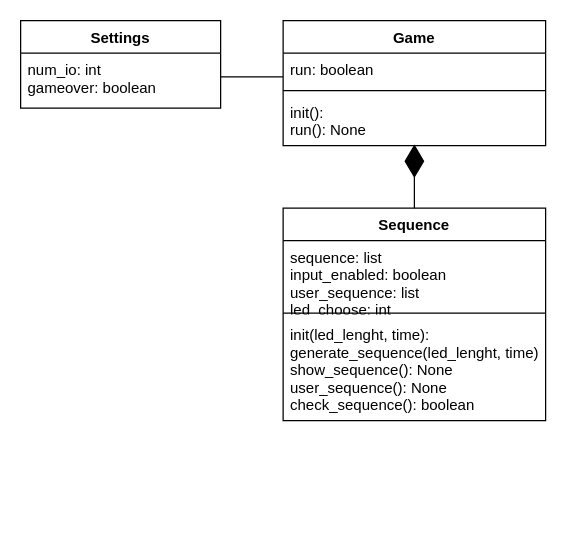
Flaviu123/LED_MindGame keeps this draw.io diagram as Class diagram.drawio. Above is the earlier version. Source tidied: cells renumbered, new cells numbered last; positions are measured from the earlier drawing's top-left corner, leaving out a move shared by most shapes. Both pictures are drawn from the tidied source at 125%, with x=0, y=0 at pixel (20, 20).
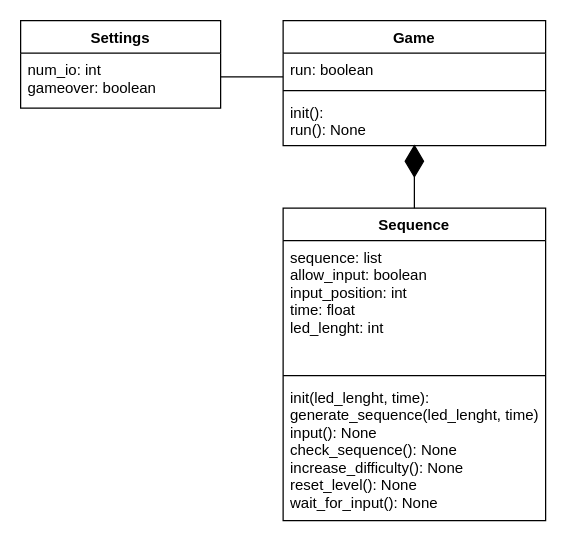
Above is the later version.

Commit message (it also covers changes not shown here):
Class diagram is now same as code

The edit, as a diff of the source:
```diff
@@
 <mxGraphModel>
   <root>
     <mxCell id="0" />
     <mxCell id="1" parent="0" />
     <mxCell id="2" value="Settings" style="swimlane;fontStyle=1;align=center;verticalAlign=top;horizontal=1;startSize=26;" parent="1" vertex="1">
       <mxGeometry width="160" height="70" as="geometry" />
     </mxCell>
     <mxCell id="3" value="num_io: int&#10;gameover: boolean" style="text;strokeColor=none;fillColor=none;align=left;verticalAlign=top;spacingLeft=4;spacingRight=4;overflow=hidden;" parent="2" vertex="1">
       <mxGeometry y="26" width="160" height="44" as="geometry" />
     </mxCell>
     <mxCell id="4" value="Game" style="swimlane;fontStyle=1;align=center;verticalAlign=top;horizontal=1;startSize=26;" parent="1" vertex="1">
       <mxGeometry x="210" width="210" height="100" as="geometry" />
     </mxCell>
     <mxCell id="5" value="run: boolean" style="text;strokeColor=none;fillColor=none;align=left;verticalAlign=top;spacingLeft=4;spacingRight=4;overflow=hidden;points=[[0,0.5],[1,0.5]];portConstraint=eastwest;" parent="4" vertex="1">
       <mxGeometry y="26" width="210" height="26" as="geometry" />
     </mxCell>
     <mxCell id="6" style="line;strokeWidth=1;fillColor=none;align=left;verticalAlign=middle;spacingTop=-1;spacingLeft=3;spacingRight=3;labelPosition=right;" parent="4" vertex="1">
       <mxGeometry y="52" width="210" height="8" as="geometry" />
     </mxCell>
     <mxCell id="7" value="init():&#10;run(): None&#10;" style="text;strokeColor=none;fillColor=none;align=left;verticalAlign=top;spacingLeft=4;spacingRight=4;overflow=hidden;points=[[0,0.5],[1,0.5]];portConstraint=eastwest;" parent="4" vertex="1">
       <mxGeometry y="60" width="210" height="40" as="geometry" />
     </mxCell>
     <mxCell id="8" value="Sequence" style="swimlane;fontStyle=1;align=center;verticalAlign=top;horizontal=1;startSize=26;" parent="1" vertex="1">
-      <mxGeometry x="210" y="150" width="210" height="170" as="geometry" />
+      <mxGeometry x="210" y="150" width="210" height="250" as="geometry" />
     </mxCell>
-    <mxCell id="9" value="sequence: list&#10;input_enabled: boolean&#10;user_sequence: list&#10;led_choose: int&#10;" style="text;strokeColor=none;fillColor=none;align=left;verticalAlign=top;spacingLeft=4;spacingRight=4;overflow=hidden;" parent="8" vertex="1">
-      <mxGeometry y="26" width="210" height="54" as="geometry" />
+    <mxCell id="9" value="sequence: list&#10;allow_input: boolean&#10;input_position: int&#10;time: float&#10;led_lenght: int" style="text;strokeColor=none;fillColor=none;align=left;verticalAlign=top;spacingLeft=4;spacingRight=4;overflow=hidden;" parent="8" vertex="1">
+      <mxGeometry y="26" width="210" height="104" as="geometry" />
     </mxCell>
     <mxCell id="10" style="line;strokeWidth=1;fillColor=none;align=left;verticalAlign=middle;spacingTop=-1;spacingLeft=3;spacingRight=3;labelPosition=right;" parent="8" vertex="1">
-      <mxGeometry y="80" width="210" height="8" as="geometry" />
+      <mxGeometry y="130" width="210" height="8" as="geometry" />
     </mxCell>
-    <mxCell id="11" value="init(led_lenght, time):&#10;generate_sequence(led_lenght, time)&#10;show_sequence(): None&#10;user_sequence(): None&#10;check_sequence(): boolean" style="text;strokeColor=none;fillColor=none;align=left;verticalAlign=top;spacingLeft=4;spacingRight=4;overflow=hidden;" parent="8" vertex="1">
-      <mxGeometry y="88" width="210" height="82" as="geometry" />
+    <mxCell id="11" value="init(led_lenght, time):&#10;generate_sequence(led_lenght, time)&#10;input(): None&#10;check_sequence(): None&#10;increase_difficulty(): None&#10;reset_level(): None&#10;wait_for_input(): None" style="text;strokeColor=none;fillColor=none;align=left;verticalAlign=top;spacingLeft=4;spacingRight=4;overflow=hidden;" parent="8" vertex="1">
+      <mxGeometry y="138" width="210" height="112" as="geometry" />
     </mxCell>
     <mxCell id="12" style="endArrow=none;html=1;rounded=0;exitX=0;exitY=0.731;exitDx=0;exitDy=0;exitPerimeter=0;" parent="1" edge="1" source="5">
       <mxGeometry relative="1" as="geometry">
         <mxPoint x="160" y="45" as="targetPoint" />
       </mxGeometry>
     </mxCell>
     <mxCell id="13" style="endArrow=diamondThin;endFill=1;endSize=24;html=1;rounded=0;entryX=0.5;entryY=0.975;entryDx=0;entryDy=0;entryPerimeter=0;exitX=0.5;exitY=0;exitDx=0;exitDy=0;" parent="1" edge="1" target="7">
       <mxGeometry relative="1" as="geometry">
         <mxPoint x="315" y="150" as="sourcePoint" />
       </mxGeometry>
     </mxCell>
   </root>
 </mxGraphModel>
```
